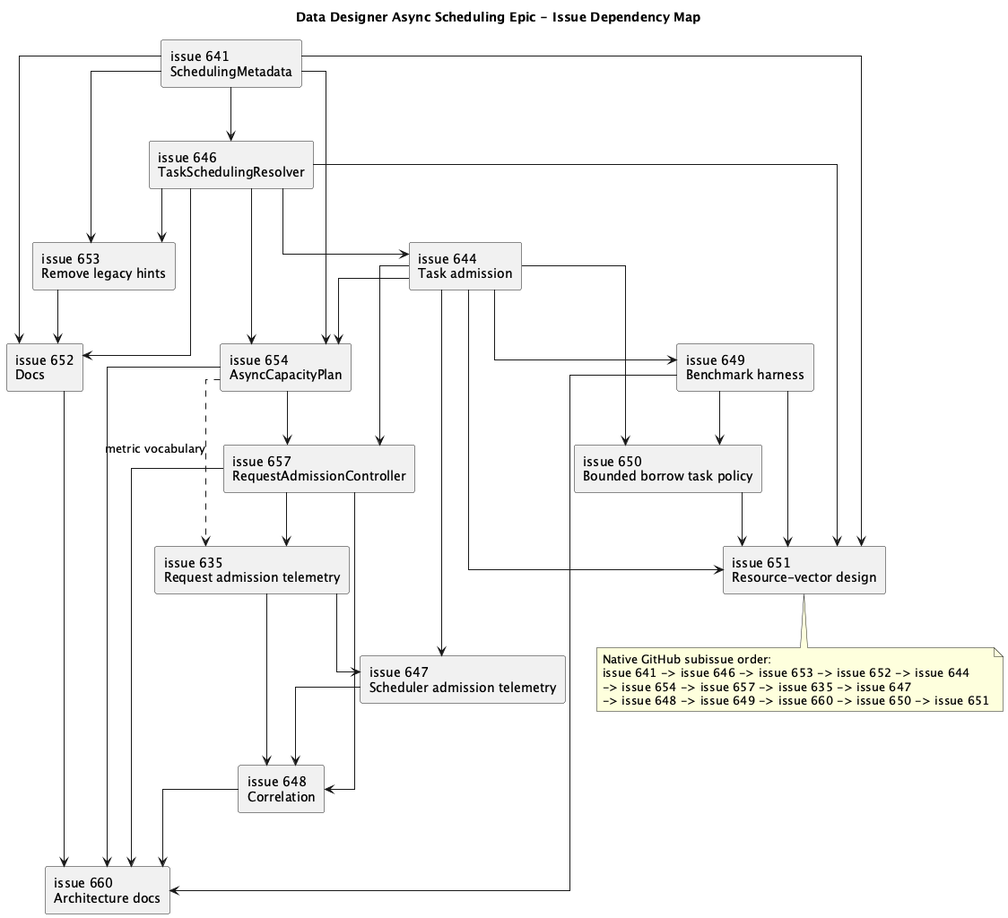
Before: plans/645/AsyncSchedulingEpicIssueMap.png, a diagram exported from PlantUML (NVIDIA-NeMo/DataDesigner).
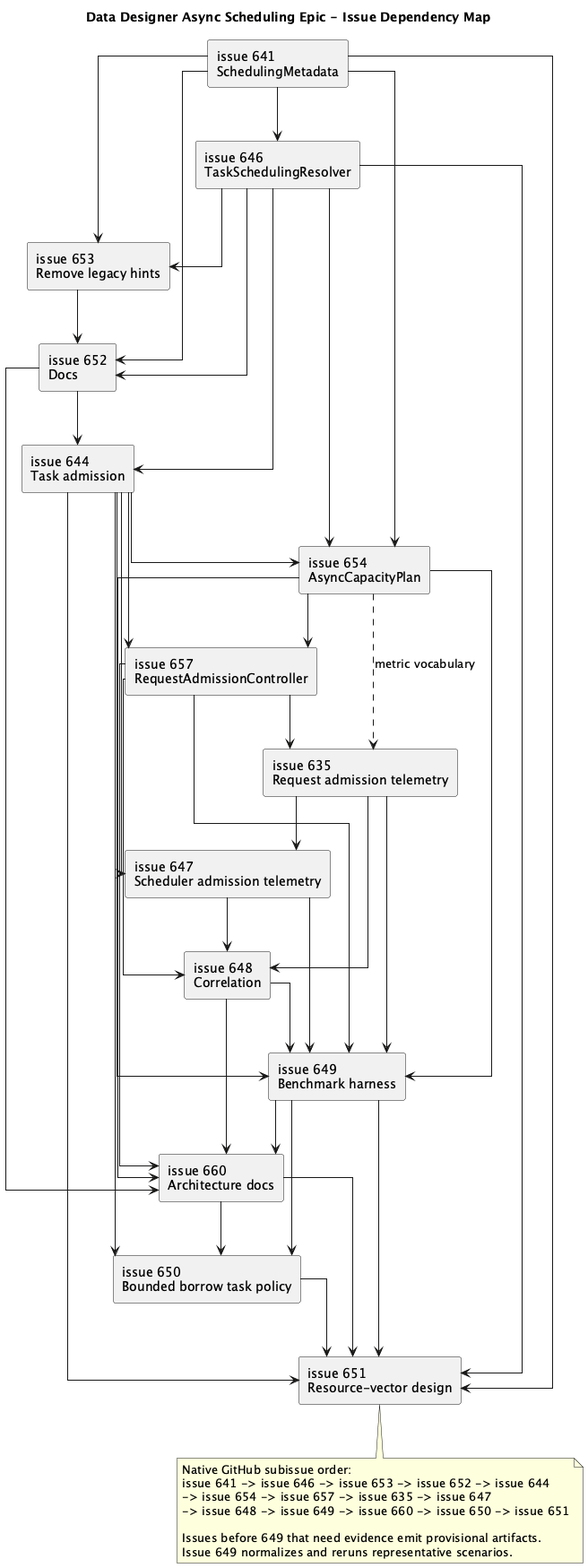
After the change.

The edit, as a diff of the source:
```diff
@@ -26,6 +26,7 @@
 I646 --> I653
 I646 --> I652
 I653 --> I652
+I652 --> I644
 I646 --> I644
 I641 --> I654
 I646 --> I654
@@ -40,11 +41,17 @@
 I635 --> I648
 I647 --> I648
 I644 --> I649
+I654 --> I649
+I657 --> I649
+I635 --> I649
+I647 --> I649
+I648 --> I649
 I652 --> I660
 I654 --> I660
 I657 --> I660
 I648 --> I660
 I649 --> I660
+I660 --> I650
 I649 --> I650
 I644 --> I650
 I641 --> I651
@@ -52,12 +59,16 @@
 I644 --> I651
 I649 --> I651
 I650 --> I651
+I660 --> I651
 
 note bottom
   Native GitHub subissue order:
   issue 641 -> issue 646 -> issue 653 -> issue 652 -> issue 644
   -> issue 654 -> issue 657 -> issue 635 -> issue 647
   -> issue 648 -> issue 649 -> issue 660 -> issue 650 -> issue 651
+
+  Issues before 649 that need evidence emit provisional artifacts.
+  Issue 649 normalizes and reruns representative scenarios.
 end note
 
 @enduml
```
